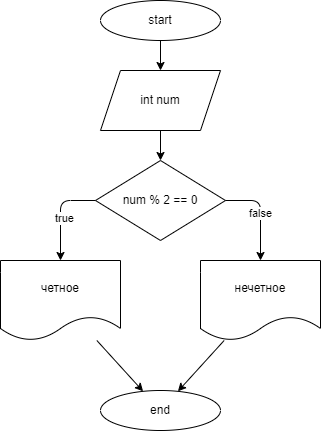
U-Alex/seminars keeps this draw.io diagram as lesson1/task6/diagram.drawio.png. Above is the earlier version. Source tidied: cells renumbered, new cells last; positions are measured from the earlier drawing's top-left corner, leaving out a move shared by most shapes.
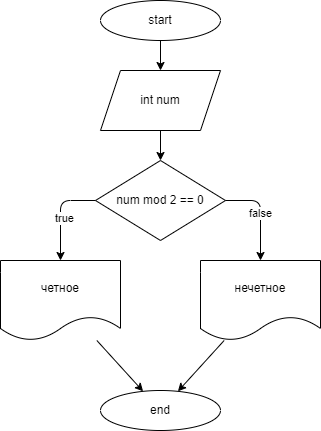
The same file after the commit.

The edit, as a diff of the source:
```diff
@@ -11,7 +11,7 @@
     <mxCell id="4" value="int num" style="shape=parallelogram;perimeter=parallelogramPerimeter;whiteSpace=wrap;html=1;fixedSize=1;" parent="1" vertex="1">
       <mxGeometry x="100" y="70" width="120" height="60" as="geometry" />
     </mxCell>
-    <mxCell id="5" value="num % 2 == 0" style="rhombus;whiteSpace=wrap;html=1;" parent="1" vertex="1">
+    <mxCell id="5" value="num mod 2 == 0" style="rhombus;whiteSpace=wrap;html=1;" parent="1" vertex="1">
       <mxGeometry x="95" y="160" width="130" height="80" as="geometry" />
     </mxCell>
     <mxCell id="6" style="edgeStyle=none;html=1;" parent="1" edge="1" source="7" target="10">
```
